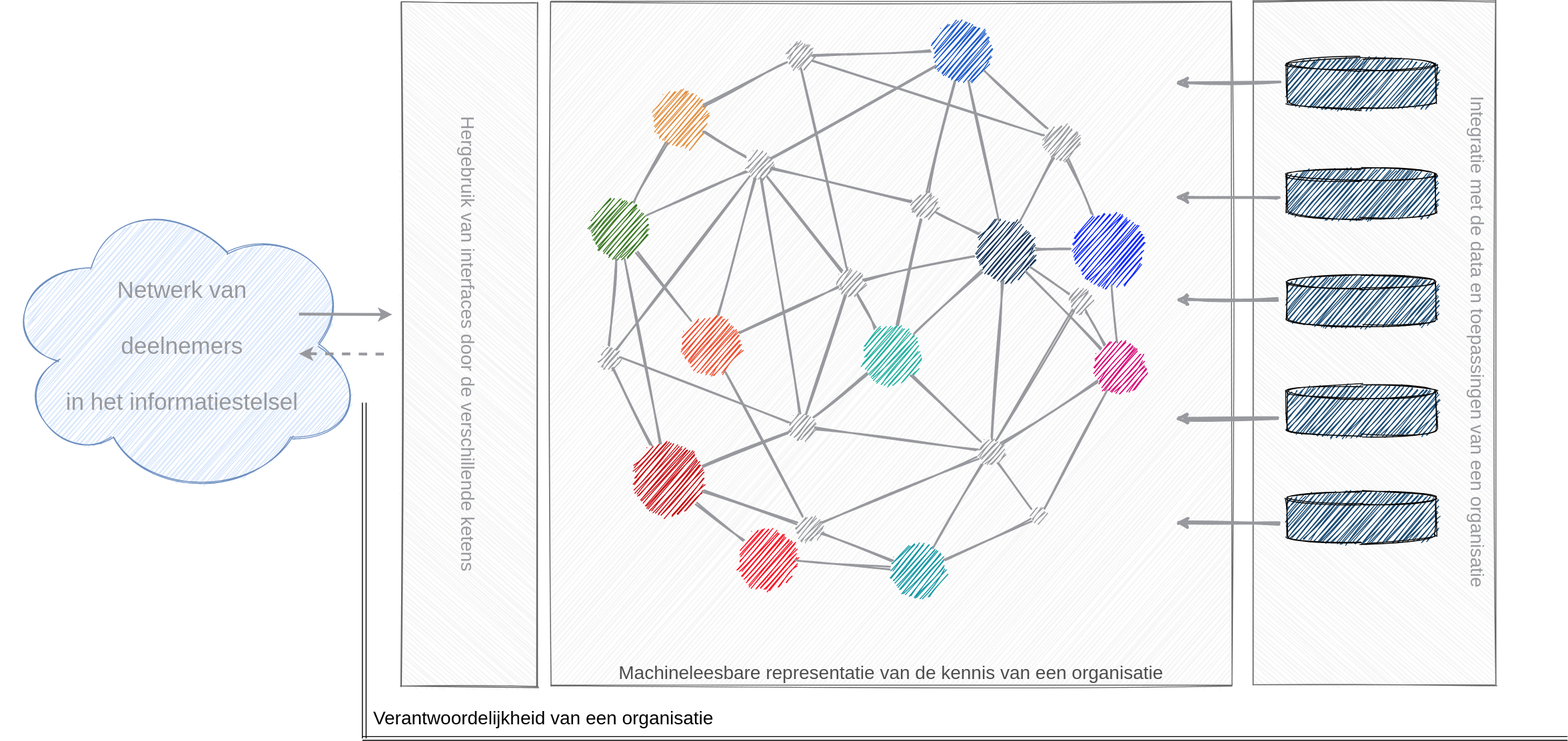
Above: .gitbook/assets/motivation/datastation.svg in dizra/docs (draw.io), before the change. Source tidied: cells renumbered, new cells last; positions are measured from the earlier drawing's top-left corner, leaving out a move shared by most shapes.
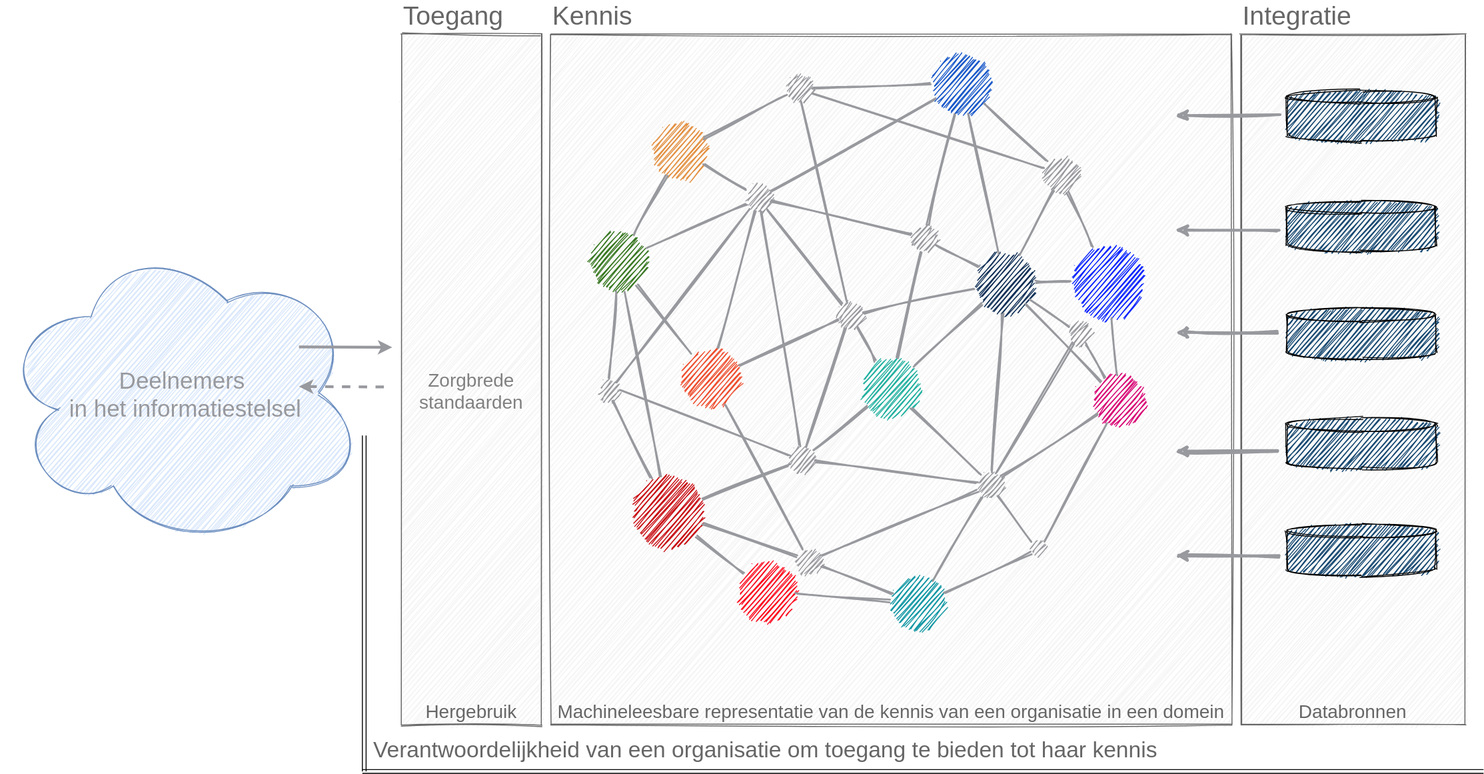
The same file after the commit.

The edit, as a diff of the source:
```diff
@@ -2,11 +2,11 @@
   <root>
     <mxCell id="0" />
     <mxCell id="1" parent="0" />
-    <mxCell id="2" value="Netwerk van&lt;br&gt;&amp;nbsp;&amp;nbsp;&lt;br&gt;deelnemers&lt;br&gt;&amp;nbsp;&amp;nbsp;&lt;br&gt;in het informatiestelsel" style="ellipse;shape=cloud;whiteSpace=wrap;html=1;fillColor=#dae8fc;strokeColor=#6c8ebf;verticalAlign=middle;fontSize=25;sketch=1;rotation=0;fontStyle=0;fontColor=#98999E;fontFamily=Helvetica;" parent="1" vertex="1">
-      <mxGeometry y="203" width="390" height="330" as="geometry" />
+    <mxCell id="2" value="Deelnemers&lt;br&gt;&amp;nbsp;in het informatiestelsel" style="ellipse;shape=cloud;whiteSpace=wrap;html=1;fillColor=#dae8fc;strokeColor=#6c8ebf;verticalAlign=middle;fontSize=25;sketch=1;rotation=0;fontStyle=0;fontColor=#98999E;fontFamily=Helvetica;" parent="1" vertex="1">
+      <mxGeometry y="220" width="390" height="330" as="geometry" />
     </mxCell>
-    <mxCell id="3" value="Machineleesbare representatie van de kennis van een organisatie" style="rounded=0;whiteSpace=wrap;html=1;fillColor=#f5f5f5;strokeColor=#666666;verticalAlign=bottom;fontSize=20;fontStyle=0;sketch=1;fontFamily=Helvetica;fontColor=#4D4D4D;" parent="1" vertex="1">
-      <mxGeometry x="590" width="730" height="733.5" as="geometry" />
+    <mxCell id="3" value="Machineleesbare representatie van de kennis van een organisatie in een domein" style="rounded=0;whiteSpace=wrap;html=1;fillColor=#f5f5f5;strokeColor=#666666;verticalAlign=bottom;fontSize=20;fontStyle=0;sketch=1;fontFamily=Helvetica;fontColor=#666666;" parent="1" vertex="1">
+      <mxGeometry x="590" width="730" height="740" as="geometry" />
     </mxCell>
     <mxCell id="4" style="ellipse;whiteSpace=wrap;html=1;strokeColor=none;fillColor=#EE4E2F;sketch=1;" parent="1" vertex="1">
       <mxGeometry x="728" y="335" width="66" height="66" as="geometry" />
@@ -227,11 +227,11 @@
     <mxCell id="76" style="endArrow=none;html=1;strokeColor=#98999E;strokeWidth=2;sketch=1;" parent="1" edge="1" source="9" target="23">
       <mxGeometry relative="1" as="geometry" />
     </mxCell>
-    <mxCell id="77" value="Integratie met de data en toepassingen van een organisatie" style="rounded=0;whiteSpace=wrap;html=1;fillColor=#f5f5f5;strokeColor=#666666;rotation=90;fontSize=20;fontStyle=0;verticalAlign=top;sketch=1;fontColor=#98999E;fontFamily=Helvetica;" parent="1" vertex="1">
-      <mxGeometry x="1106.4" y="235.6" width="733" height="260.1" as="geometry" />
+    <mxCell id="77" value="Databronnen" style="rounded=0;whiteSpace=wrap;html=1;fillColor=#f5f5f5;strokeColor=#666666;rotation=0;fontSize=20;fontStyle=0;verticalAlign=bottom;sketch=1;fontFamily=Helvetica;fontColor=#666666;" parent="1" vertex="1">
+      <mxGeometry x="1330" width="240" height="740" as="geometry" />
     </mxCell>
-    <mxCell id="78" value="Hergebruik van interfaces door de verschillende ketens" style="rounded=0;whiteSpace=wrap;html=1;fillColor=#f5f5f5;strokeColor=#666666;fontSize=20;rotation=90;fontStyle=0;sketch=1;fontColor=#98999E;fontFamily=Helvetica;" parent="1" vertex="1">
-      <mxGeometry x="136.1" y="294.8" width="733.4" height="145.5" as="geometry" />
+    <mxCell id="78" value="Hergebruik" style="rounded=0;whiteSpace=wrap;html=1;fillColor=#f5f5f5;strokeColor=#666666;fontSize=20;rotation=0;fontStyle=0;sketch=1;fontFamily=Helvetica;verticalAlign=bottom;fontColor=#666666;" parent="1" vertex="1">
+      <mxGeometry x="430" width="150" height="740" as="geometry" />
     </mxCell>
     <mxCell id="79" style="shape=cylinder3;whiteSpace=wrap;html=1;boundedLbl=1;backgroundOutline=1;size=7.285714285714292;fontSize=25;fillColor=#164871;sketch=1;" parent="1" vertex="1">
       <mxGeometry x="1379" y="60" width="160" height="55" as="geometry" />
@@ -301,12 +301,24 @@
     </mxCell>
     <mxCell id="93" style="shape=link;html=1;" parent="1" edge="1">
       <mxGeometry relative="1" as="geometry">
-        <mxPoint x="1680" y="790" as="sourcePoint" />
+        <mxPoint x="1590" y="790" as="sourcePoint" />
         <mxPoint x="388" y="790" as="targetPoint" />
       </mxGeometry>
     </mxCell>
-    <mxCell id="94" value="Verantwoordelijkheid van een organisatie" style="text;html=1;strokeColor=none;fillColor=none;align=left;verticalAlign=middle;whiteSpace=wrap;rounded=0;fontSize=20;fontFamily=Helvetica;" parent="1" vertex="1">
-      <mxGeometry x="398" y="757" width="530" height="20" as="geometry" />
+    <mxCell id="94" value="Verantwoordelijkheid van een organisatie om toegang te bieden tot haar kennis" style="text;html=1;strokeColor=none;fillColor=none;align=left;verticalAlign=middle;whiteSpace=wrap;rounded=0;fontSize=24;fontFamily=Helvetica;fontColor=#666666;" parent="1" vertex="1">
+      <mxGeometry x="398" y="757" width="892" height="20" as="geometry" />
     </mxCell>
+    <mxCell id="95" value="Toegang" style="text;html=1;strokeColor=none;fillColor=none;align=left;verticalAlign=middle;whiteSpace=wrap;rounded=0;fontSize=28;fontColor=#666666;" parent="1" vertex="1">
+      <mxGeometry x="430" y="-30" width="120" height="20" as="geometry" />
+    </mxCell>
+    <mxCell id="96" value="Kennis" style="text;html=1;strokeColor=none;fillColor=none;align=left;verticalAlign=middle;whiteSpace=wrap;rounded=0;fontSize=28;fontColor=#666666;" parent="1" vertex="1">
+      <mxGeometry x="590" y="-30" width="120" height="20" as="geometry" />
+    </mxCell>
+    <mxCell id="97" value="Integratie" style="text;html=1;strokeColor=none;fillColor=none;align=left;verticalAlign=middle;whiteSpace=wrap;rounded=0;fontSize=28;fontColor=#666666;" parent="1" vertex="1">
+      <mxGeometry x="1330" y="-30" width="120" height="20" as="geometry" />
+    </mxCell>
+    <mxCell id="98" value="&lt;div style=&quot;text-align: right&quot;&gt;&lt;/div&gt;Zorgbrede&lt;br&gt;standaarden" style="text;html=1;strokeColor=none;fillColor=none;align=center;verticalAlign=middle;whiteSpace=wrap;rounded=0;fontSize=20;fontColor=#808080;" parent="1" vertex="1">
+      <mxGeometry x="435" y="272" width="140" height="220" as="geometry" />
+    </mxCell>
   </root>
 </mxGraphModel>
```
